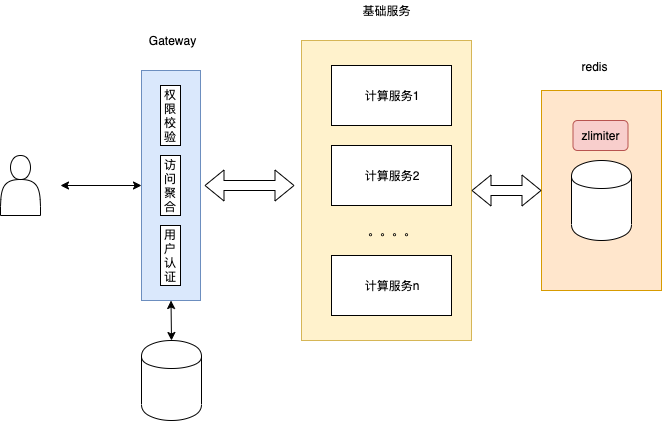
zzerroo/zlimiter keeps this draw.io diagram as distributed.png. Above is the earlier version. Source tidied: cells renumbered, new cells last; positions are measured from the earlier drawing's top-left corner, leaving out a move shared by most shapes. Source of this version:
```xml
<mxGraphModel>
  <root>
    <mxCell id="0" />
    <mxCell id="1" parent="0" />
    <mxCell id="2" style="rounded=0;whiteSpace=wrap;html=1;fillColor=#ffe6cc;strokeColor=#d79b00;" parent="1" vertex="1">
      <mxGeometry x="541" y="90" width="120" height="200" as="geometry" />
    </mxCell>
    <mxCell id="3" style="shape=cylinder;whiteSpace=wrap;html=1;boundedLbl=1;backgroundOutline=1;" parent="1" vertex="1">
      <mxGeometry x="571" y="160" width="60" height="80" as="geometry" />
    </mxCell>
    <mxCell id="4" style="rounded=0;whiteSpace=wrap;html=1;fillColor=#fff2cc;strokeColor=#d6b656;" parent="1" vertex="1">
      <mxGeometry x="301" y="40" width="170" height="300" as="geometry" />
    </mxCell>
    <mxCell id="5" style="rounded=0;whiteSpace=wrap;html=1;fillColor=#dae8fc;strokeColor=#6c8ebf;" parent="1" vertex="1">
      <mxGeometry x="141" y="70" width="59" height="230" as="geometry" />
    </mxCell>
    <mxCell id="6" value="访问聚合" style="rounded=0;whiteSpace=wrap;html=1;" parent="1" vertex="1">
      <mxGeometry x="160" y="155" width="20" height="60" as="geometry" />
    </mxCell>
    <mxCell id="7" value="用户认证" style="rounded=0;whiteSpace=wrap;html=1;" parent="1" vertex="1">
      <mxGeometry x="160" y="225" width="20" height="60" as="geometry" />
    </mxCell>
    <mxCell id="8" value="权限校验" style="rounded=0;whiteSpace=wrap;html=1;" parent="1" vertex="1">
      <mxGeometry x="160" y="85" width="20" height="60" as="geometry" />
    </mxCell>
    <mxCell id="9" value="zlimiter" style="rounded=1;whiteSpace=wrap;html=1;fillColor=#f8cecc;strokeColor=#b85450;" parent="1" vertex="1">
      <mxGeometry x="572.5" y="120" width="55" height="30" as="geometry" />
    </mxCell>
    <mxCell id="10" style="shape=cylinder;whiteSpace=wrap;html=1;boundedLbl=1;backgroundOutline=1;" parent="1" vertex="1">
      <mxGeometry x="141" y="340" width="60" height="80" as="geometry" />
    </mxCell>
    <mxCell id="11" value="计算服务1" style="rounded=0;whiteSpace=wrap;html=1;" parent="1" vertex="1">
      <mxGeometry x="331" y="65" width="120" height="60" as="geometry" />
    </mxCell>
    <mxCell id="12" value="&lt;span style=&quot;white-space: normal&quot;&gt;计算服务n&lt;/span&gt;" style="rounded=0;whiteSpace=wrap;html=1;" parent="1" vertex="1">
      <mxGeometry x="331" y="255" width="120" height="60" as="geometry" />
    </mxCell>
    <mxCell id="13" value="&lt;span style=&quot;white-space: normal&quot;&gt;计算服务2&lt;/span&gt;" style="rounded=0;whiteSpace=wrap;html=1;" parent="1" vertex="1">
      <mxGeometry x="331" y="145" width="120" height="60" as="geometry" />
    </mxCell>
    <mxCell id="14" value="。。。。" style="text;html=1;strokeColor=none;fillColor=none;align=center;verticalAlign=middle;whiteSpace=wrap;rounded=0;" parent="1" vertex="1">
      <mxGeometry x="371" y="220" width="40" height="20" as="geometry" />
    </mxCell>
    <mxCell id="15" style="endArrow=classic;startArrow=classic;html=1;entryX=0;entryY=0.5;entryDx=0;entryDy=0;" parent="1" edge="1" target="5">
      <mxGeometry relative="1" as="geometry">
        <mxPoint x="60" y="185" as="sourcePoint" />
      </mxGeometry>
    </mxCell>
    <mxCell id="16" style="shape=actor;whiteSpace=wrap;html=1;" parent="1" vertex="1">
      <mxGeometry y="155" width="40" height="60" as="geometry" />
    </mxCell>
    <mxCell id="17" style="endArrow=classic;startArrow=classic;html=1;entryX=0.5;entryY=1;entryDx=0;entryDy=0;exitX=0.5;exitY=0;exitDx=0;exitDy=0;" parent="1" edge="1" source="10" target="5">
      <mxGeometry relative="1" as="geometry" />
    </mxCell>
    <mxCell id="18" value="Gateway" style="text;html=1;strokeColor=none;fillColor=none;align=center;verticalAlign=middle;whiteSpace=wrap;rounded=0;" parent="1" vertex="1">
      <mxGeometry x="127.5" y="30" width="87" height="20" as="geometry" />
    </mxCell>
    <mxCell id="19" value="基础服务" style="text;html=1;strokeColor=none;fillColor=none;align=center;verticalAlign=middle;whiteSpace=wrap;rounded=0;" parent="1" vertex="1">
      <mxGeometry x="342.5" width="87" height="20" as="geometry" />
    </mxCell>
    <mxCell id="20" style="shape=flexArrow;endArrow=classic;startArrow=classic;html=1;entryX=0;entryY=0.5;entryDx=0;entryDy=0;exitX=1;exitY=0.5;exitDx=0;exitDy=0;" parent="1" edge="1">
      <mxGeometry relative="1" as="geometry">
        <mxPoint x="204" y="185" as="sourcePoint" />
        <mxPoint x="294" y="185" as="targetPoint" />
      </mxGeometry>
    </mxCell>
    <mxCell id="21" style="shape=flexArrow;endArrow=classic;startArrow=classic;html=1;entryX=0;entryY=0.5;entryDx=0;entryDy=0;" parent="1" edge="1" target="2">
      <mxGeometry relative="1" as="geometry">
        <mxPoint x="471" y="190" as="sourcePoint" />
      </mxGeometry>
    </mxCell>
    <mxCell id="22" value="redis" style="text;html=1;strokeColor=none;fillColor=none;align=center;verticalAlign=middle;whiteSpace=wrap;rounded=0;" parent="1" vertex="1">
      <mxGeometry x="551" y="56" width="87" height="20" as="geometry" />
    </mxCell>
  </root>
</mxGraphModel>
```
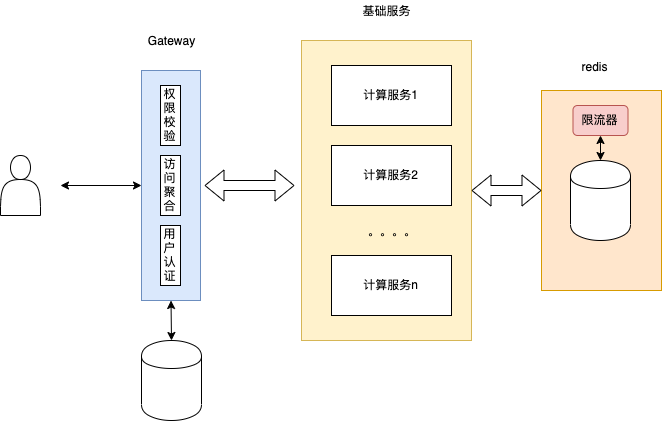
After the change.

The edit, as a diff of the source:
```diff
@@ -2,18 +2,18 @@
   <root>
     <mxCell id="0" />
     <mxCell id="1" parent="0" />
-    <mxCell id="2" style="rounded=0;whiteSpace=wrap;html=1;fillColor=#ffe6cc;strokeColor=#d79b00;" parent="1" vertex="1">
-      <mxGeometry x="541" y="90" width="120" height="200" as="geometry" />
-    </mxCell>
-    <mxCell id="3" style="shape=cylinder;whiteSpace=wrap;html=1;boundedLbl=1;backgroundOutline=1;" parent="1" vertex="1">
-      <mxGeometry x="571" y="160" width="60" height="80" as="geometry" />
-    </mxCell>
-    <mxCell id="4" style="rounded=0;whiteSpace=wrap;html=1;fillColor=#fff2cc;strokeColor=#d6b656;" parent="1" vertex="1">
-      <mxGeometry x="301" y="40" width="170" height="300" as="geometry" />
-    </mxCell>
-    <mxCell id="5" style="rounded=0;whiteSpace=wrap;html=1;fillColor=#dae8fc;strokeColor=#6c8ebf;" parent="1" vertex="1">
-      <mxGeometry x="141" y="70" width="59" height="230" as="geometry" />
-    </mxCell>
+    <mxCell id="23" style="rounded=0;whiteSpace=wrap;html=1;fillColor=#ffe6cc;strokeColor=#d79b00;" parent="1" vertex="1">
+      <mxGeometry x="541" y="90" width="120" height="200" as="geometry" />
+    </mxCell>
+    <mxCell id="24" style="shape=cylinder;whiteSpace=wrap;html=1;boundedLbl=1;backgroundOutline=1;" parent="1" vertex="1">
+      <mxGeometry x="570" y="160" width="60" height="80" as="geometry" />
+    </mxCell>
+    <mxCell id="25" style="rounded=0;whiteSpace=wrap;html=1;fillColor=#fff2cc;strokeColor=#d6b656;" parent="1" vertex="1">
+      <mxGeometry x="301" y="40" width="170" height="300" as="geometry" />
+    </mxCell>
+    <mxCell id="26" style="rounded=0;whiteSpace=wrap;html=1;fillColor=#dae8fc;strokeColor=#6c8ebf;" parent="1" vertex="1">
+      <mxGeometry x="141" y="70" width="59" height="230" as="geometry" />
+    </mxCell>
     <mxCell id="6" value="访问聚合" style="rounded=0;whiteSpace=wrap;html=1;" parent="1" vertex="1">
       <mxGeometry x="160" y="155" width="20" height="60" as="geometry" />
     </mxCell>
@@ -23,12 +23,12 @@
     <mxCell id="8" value="权限校验" style="rounded=0;whiteSpace=wrap;html=1;" parent="1" vertex="1">
       <mxGeometry x="160" y="85" width="20" height="60" as="geometry" />
     </mxCell>
-    <mxCell id="9" value="zlimiter" style="rounded=1;whiteSpace=wrap;html=1;fillColor=#f8cecc;strokeColor=#b85450;" parent="1" vertex="1">
-      <mxGeometry x="572.5" y="120" width="55" height="30" as="geometry" />
-    </mxCell>
-    <mxCell id="10" style="shape=cylinder;whiteSpace=wrap;html=1;boundedLbl=1;backgroundOutline=1;" parent="1" vertex="1">
-      <mxGeometry x="141" y="340" width="60" height="80" as="geometry" />
-    </mxCell>
+    <mxCell id="27" value="限流器" style="rounded=1;whiteSpace=wrap;html=1;fillColor=#f8cecc;strokeColor=#b85450;" parent="1" vertex="1">
+      <mxGeometry x="572.5" y="105" width="55" height="30" as="geometry" />
+    </mxCell>
+    <mxCell id="28" style="shape=cylinder;whiteSpace=wrap;html=1;boundedLbl=1;backgroundOutline=1;" parent="1" vertex="1">
+      <mxGeometry x="141" y="340" width="60" height="80" as="geometry" />
+    </mxCell>
     <mxCell id="11" value="计算服务1" style="rounded=0;whiteSpace=wrap;html=1;" parent="1" vertex="1">
       <mxGeometry x="331" y="65" width="120" height="60" as="geometry" />
     </mxCell>
@@ -41,36 +41,39 @@
     <mxCell id="14" value="。。。。" style="text;html=1;strokeColor=none;fillColor=none;align=center;verticalAlign=middle;whiteSpace=wrap;rounded=0;" parent="1" vertex="1">
       <mxGeometry x="371" y="220" width="40" height="20" as="geometry" />
     </mxCell>
-    <mxCell id="15" style="endArrow=classic;startArrow=classic;html=1;entryX=0;entryY=0.5;entryDx=0;entryDy=0;" parent="1" edge="1" target="5">
-      <mxGeometry relative="1" as="geometry">
-        <mxPoint x="60" y="185" as="sourcePoint" />
-      </mxGeometry>
-    </mxCell>
-    <mxCell id="16" style="shape=actor;whiteSpace=wrap;html=1;" parent="1" vertex="1">
-      <mxGeometry y="155" width="40" height="60" as="geometry" />
-    </mxCell>
-    <mxCell id="17" style="endArrow=classic;startArrow=classic;html=1;entryX=0.5;entryY=1;entryDx=0;entryDy=0;exitX=0.5;exitY=0;exitDx=0;exitDy=0;" parent="1" edge="1" source="10" target="5">
-      <mxGeometry relative="1" as="geometry" />
-    </mxCell>
+    <mxCell id="29" style="endArrow=classic;startArrow=classic;html=1;entryX=0;entryY=0.5;entryDx=0;entryDy=0;" parent="1" edge="1" target="26">
+      <mxGeometry relative="1" as="geometry">
+        <mxPoint x="60" y="185" as="sourcePoint" />
+      </mxGeometry>
+    </mxCell>
+    <mxCell id="30" style="shape=actor;whiteSpace=wrap;html=1;" parent="1" vertex="1">
+      <mxGeometry y="155" width="40" height="60" as="geometry" />
+    </mxCell>
+    <mxCell id="31" style="endArrow=classic;startArrow=classic;html=1;entryX=0.5;entryY=1;entryDx=0;entryDy=0;exitX=0.5;exitY=0;exitDx=0;exitDy=0;" parent="1" edge="1" source="28" target="26">
+      <mxGeometry relative="1" as="geometry" />
+    </mxCell>
     <mxCell id="18" value="Gateway" style="text;html=1;strokeColor=none;fillColor=none;align=center;verticalAlign=middle;whiteSpace=wrap;rounded=0;" parent="1" vertex="1">
       <mxGeometry x="127.5" y="30" width="87" height="20" as="geometry" />
     </mxCell>
     <mxCell id="19" value="基础服务" style="text;html=1;strokeColor=none;fillColor=none;align=center;verticalAlign=middle;whiteSpace=wrap;rounded=0;" parent="1" vertex="1">
       <mxGeometry x="342.5" width="87" height="20" as="geometry" />
     </mxCell>
-    <mxCell id="20" style="shape=flexArrow;endArrow=classic;startArrow=classic;html=1;entryX=0;entryY=0.5;entryDx=0;entryDy=0;exitX=1;exitY=0.5;exitDx=0;exitDy=0;" parent="1" edge="1">
-      <mxGeometry relative="1" as="geometry">
-        <mxPoint x="204" y="185" as="sourcePoint" />
-        <mxPoint x="294" y="185" as="targetPoint" />
-      </mxGeometry>
-    </mxCell>
-    <mxCell id="21" style="shape=flexArrow;endArrow=classic;startArrow=classic;html=1;entryX=0;entryY=0.5;entryDx=0;entryDy=0;" parent="1" edge="1" target="2">
-      <mxGeometry relative="1" as="geometry">
-        <mxPoint x="471" y="190" as="sourcePoint" />
-      </mxGeometry>
-    </mxCell>
+    <mxCell id="32" style="shape=flexArrow;endArrow=classic;startArrow=classic;html=1;entryX=0;entryY=0.5;entryDx=0;entryDy=0;exitX=1;exitY=0.5;exitDx=0;exitDy=0;" parent="1" edge="1">
+      <mxGeometry relative="1" as="geometry">
+        <mxPoint x="204" y="185" as="sourcePoint" />
+        <mxPoint x="294" y="185" as="targetPoint" />
+      </mxGeometry>
+    </mxCell>
+    <mxCell id="33" style="shape=flexArrow;endArrow=classic;startArrow=classic;html=1;entryX=0;entryY=0.5;entryDx=0;entryDy=0;" parent="1" edge="1" target="23">
+      <mxGeometry relative="1" as="geometry">
+        <mxPoint x="471" y="190" as="sourcePoint" />
+      </mxGeometry>
+    </mxCell>
     <mxCell id="22" value="redis" style="text;html=1;strokeColor=none;fillColor=none;align=center;verticalAlign=middle;whiteSpace=wrap;rounded=0;" parent="1" vertex="1">
       <mxGeometry x="551" y="56" width="87" height="20" as="geometry" />
     </mxCell>
+    <mxCell id="34" style="endArrow=classic;startArrow=classic;html=1;entryX=0.5;entryY=1;entryDx=0;entryDy=0;exitX=0.5;exitY=0;exitDx=0;exitDy=0;" parent="1" edge="1" source="24" target="27">
+      <mxGeometry relative="1" as="geometry" />
+    </mxCell>
   </root>
 </mxGraphModel>
```
